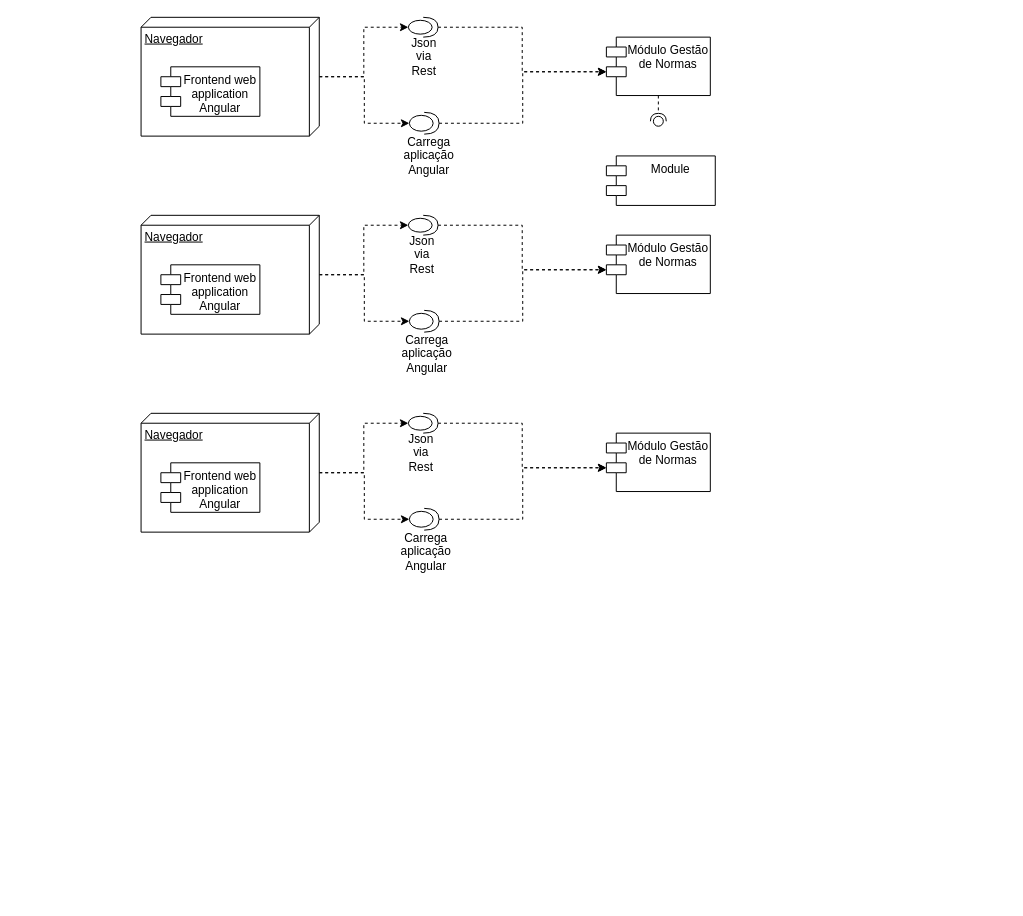
This is Diagrama de Componentes.drawio from thallysfreed/arquitetura, a draw.io file, before an edit. Source tidied: cells renumbered, new cells numbered last; positions are measured from the earlier drawing's top-left corner, leaving out a move shared by most shapes. Both pictures are drawn from the tidied source at 99%, with x=0, y=0 at pixel (141, 17).
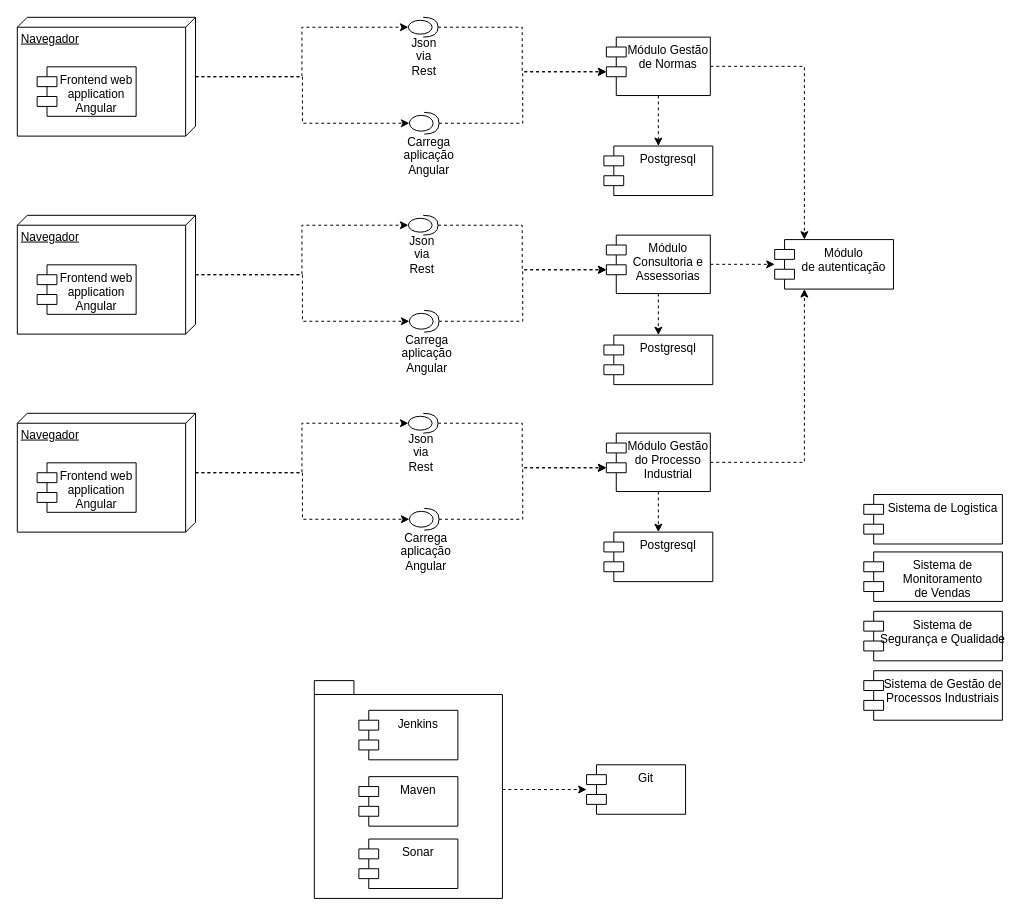
The same page after the edit.

The change refers to these unchanged cells:
```xml
<mxCell id="2" value="Módulo Gestão&#10;de Normas" style="shape=module;align=left;spacingLeft=20;align=center;verticalAlign=top;" parent="1" vertex="1">
  <mxGeometry x="470" y="20" width="105" height="59" as="geometry" />
</mxCell>
```

What changed in the source:
```diff
@@
+    <mxCell id="38" style="edgeStyle=orthogonalEdgeStyle;rounded=0;jettySize=auto;html=1;dashed=1;" parent="1" edge="1" source="2" target="37">
+      <mxGeometry relative="1" as="geometry" />
+    </mxCell>
+    <mxCell id="39" style="edgeStyle=orthogonalEdgeStyle;rounded=0;jettySize=auto;html=1;entryX=0.25;entryY=0;entryDx=0;entryDy=0;dashed=1;" parent="1" edge="1" source="2" target="46">
+      <mxGeometry relative="1" as="geometry" />
+    </mxCell>
@@
     <mxCell id="7" value="Navegador" style="verticalAlign=top;align=left;spacingTop=8;spacingLeft=2;spacingRight=12;shape=cube;size=10;direction=south;fontStyle=4;html=1;" parent="1" vertex="1">
-      <mxGeometry width="180" height="120" as="geometry" />
+      <mxGeometry x="-125" width="180" height="120" as="geometry" />
     </mxCell>
     <mxCell id="8" value="Frontend web&#10;application&#10;Angular" style="shape=module;align=left;spacingLeft=20;align=center;verticalAlign=top;" parent="1" vertex="1">
-      <mxGeometry x="20" y="50" width="100" height="50" as="geometry" />
+      <mxGeometry x="-105" y="50" width="100" height="50" as="geometry" />
     </mxCell>
@@
+    <mxCell id="40" style="edgeStyle=orthogonalEdgeStyle;rounded=0;jettySize=auto;html=1;dashed=1;" parent="1" edge="1" source="11" target="44">
+      <mxGeometry relative="1" as="geometry" />
+    </mxCell>
+    <mxCell id="41" style="edgeStyle=orthogonalEdgeStyle;rounded=0;jettySize=auto;html=1;dashed=1;" parent="1" edge="1" source="11" target="46">
+      <mxGeometry relative="1" as="geometry" />
+    </mxCell>
-    <mxCell id="11" value="Módulo Gestão&#10;de Normas" style="shape=module;align=left;spacingLeft=20;align=center;verticalAlign=top;" parent="1" vertex="1">
+    <mxCell id="11" value="Módulo&#10;Consultoria e&#10;Assessorias" style="shape=module;align=left;spacingLeft=20;align=center;verticalAlign=top;" parent="1" vertex="1">
       <mxGeometry x="470" y="220" width="105" height="59" as="geometry" />
     </mxCell>
@@
     <mxCell id="16" value="Navegador" style="verticalAlign=top;align=left;spacingTop=8;spacingLeft=2;spacingRight=12;shape=cube;size=10;direction=south;fontStyle=4;html=1;" parent="1" vertex="1">
-      <mxGeometry y="200" width="180" height="120" as="geometry" />
+      <mxGeometry x="-125" y="200" width="180" height="120" as="geometry" />
     </mxCell>
     <mxCell id="17" value="Frontend web&#10;application&#10;Angular" style="shape=module;align=left;spacingLeft=20;align=center;verticalAlign=top;" parent="1" vertex="1">
-      <mxGeometry x="20" y="250" width="100" height="50" as="geometry" />
+      <mxGeometry x="-105" y="250" width="100" height="50" as="geometry" />
     </mxCell>
@@
+    <mxCell id="42" style="edgeStyle=orthogonalEdgeStyle;rounded=0;jettySize=auto;html=1;dashed=1;" parent="1" edge="1" source="20" target="45">
+      <mxGeometry relative="1" as="geometry" />
+    </mxCell>
+    <mxCell id="43" style="edgeStyle=orthogonalEdgeStyle;rounded=0;jettySize=auto;html=1;entryX=0.25;entryY=1;entryDx=0;entryDy=0;dashed=1;" parent="1" edge="1" source="20" target="46">
+      <mxGeometry relative="1" as="geometry" />
+    </mxCell>
-    <mxCell id="20" value="Módulo Gestão&#10;de Normas" style="shape=module;align=left;spacingLeft=20;align=center;verticalAlign=top;" parent="1" vertex="1">
+    <mxCell id="20" value="Módulo Gestão&#10;do Processo&#10;Industrial" style="shape=module;align=left;spacingLeft=20;align=center;verticalAlign=top;" parent="1" vertex="1">
       <mxGeometry x="470" y="420" width="105" height="59" as="geometry" />
     </mxCell>
@@
     <mxCell id="25" value="Navegador" style="verticalAlign=top;align=left;spacingTop=8;spacingLeft=2;spacingRight=12;shape=cube;size=10;direction=south;fontStyle=4;html=1;" parent="1" vertex="1">
-      <mxGeometry y="400" width="180" height="120" as="geometry" />
+      <mxGeometry x="-125" y="400" width="180" height="120" as="geometry" />
     </mxCell>
     <mxCell id="26" value="Frontend web&#10;application&#10;Angular" style="shape=module;align=left;spacingLeft=20;align=center;verticalAlign=top;" parent="1" vertex="1">
-      <mxGeometry x="20" y="450" width="100" height="50" as="geometry" />
+      <mxGeometry x="-105" y="450" width="100" height="50" as="geometry" />
     </mxCell>
@@
-    <mxCell id="35" style="rounded=0;jettySize=auto;html=1;endArrow=halfCircle;endFill=0;entryX=0.5;entryY=0.5;entryDx=0;entryDy=0;endSize=6;strokeWidth=1;dashed=1;exitX=0.5;exitY=1;exitDx=0;exitDy=0;" parent="1" edge="1" source="2" target="36">
-      <mxGeometry relative="1" as="geometry" />
-    </mxCell>
-    <mxCell id="36" style="ellipse;whiteSpace=wrap;html=1;fontFamily=Helvetica;fontSize=12;fontColor=#000000;align=center;strokeColor=#000000;fillColor=#ffffff;points=[];" parent="1" vertex="1">
-      <mxGeometry x="517.5" y="100" width="10" height="10" as="geometry" />
-    </mxCell>
-    <mxCell id="37" value="Module" style="shape=module;align=left;spacingLeft=20;align=center;verticalAlign=top;" parent="1" vertex="1">
-      <mxGeometry x="470" y="140" width="110" height="50" as="geometry" />
+    <mxCell id="37" value="Postgresql" style="shape=module;align=left;spacingLeft=20;align=center;verticalAlign=top;" parent="1" vertex="1">
+      <mxGeometry x="467.5" y="130" width="110" height="50" as="geometry" />
     </mxCell>
+    <mxCell id="44" value="Postgresql" style="shape=module;align=left;spacingLeft=20;align=center;verticalAlign=top;" parent="1" vertex="1">
+      <mxGeometry x="467.5" y="321" width="110" height="50" as="geometry" />
+    </mxCell>
+    <mxCell id="45" value="Postgresql" style="shape=module;align=left;spacingLeft=20;align=center;verticalAlign=top;" parent="1" vertex="1">
+      <mxGeometry x="467.5" y="520" width="110" height="50" as="geometry" />
+    </mxCell>
+    <mxCell id="46" value="Módulo &#10;de autenticação" style="shape=module;align=left;spacingLeft=20;align=center;verticalAlign=top;" parent="1" vertex="1">
+      <mxGeometry x="640" y="224.5" width="120" height="50" as="geometry" />
+    </mxCell>
+    <mxCell id="47" value="Sistema de Logistica" style="shape=module;align=left;spacingLeft=20;align=center;verticalAlign=top;" parent="1" vertex="1">
+      <mxGeometry x="730" y="482" width="140" height="50" as="geometry" />
+    </mxCell>
+    <mxCell id="48" value="Sistema de &#10;Monitoramento &#10;de Vendas" style="shape=module;align=left;spacingLeft=20;align=center;verticalAlign=top;" parent="1" vertex="1">
+      <mxGeometry x="730" y="540" width="140" height="50" as="geometry" />
+    </mxCell>
+    <mxCell id="49" value="Sistema de &#10;Segurança e Qualidade" style="shape=module;align=left;spacingLeft=20;align=center;verticalAlign=top;" parent="1" vertex="1">
+      <mxGeometry x="730" y="600" width="140" height="50" as="geometry" />
+    </mxCell>
+    <mxCell id="50" value="Sistema de Gestão de&#10;Processos Industriais&#10;" style="shape=module;align=left;spacingLeft=20;align=center;verticalAlign=top;" parent="1" vertex="1">
+      <mxGeometry x="730" y="660" width="140" height="50" as="geometry" />
+    </mxCell>
+    <mxCell id="51" style="edgeStyle=orthogonalEdgeStyle;rounded=0;jettySize=auto;html=1;dashed=1;" parent="1" edge="1" source="52" target="56">
+      <mxGeometry relative="1" as="geometry" />
+    </mxCell>
+    <mxCell id="52" style="shape=folder;fontStyle=1;spacingTop=10;tabWidth=40;tabHeight=14;tabPosition=left;html=1;" parent="1" vertex="1">
+      <mxGeometry x="175" y="670" width="190" height="220" as="geometry" />
+    </mxCell>
+    <mxCell id="53" value="Jenkins&#10;" style="shape=module;align=left;spacingLeft=20;align=center;verticalAlign=top;" parent="1" vertex="1">
+      <mxGeometry x="220" y="700" width="100" height="50" as="geometry" />
+    </mxCell>
+    <mxCell id="54" value="Maven" style="shape=module;align=left;spacingLeft=20;align=center;verticalAlign=top;" parent="1" vertex="1">
+      <mxGeometry x="220" y="767" width="100" height="50" as="geometry" />
+    </mxCell>
+    <mxCell id="55" value="Sonar" style="shape=module;align=left;spacingLeft=20;align=center;verticalAlign=top;" parent="1" vertex="1">
+      <mxGeometry x="220" y="830" width="100" height="50" as="geometry" />
+    </mxCell>
+    <mxCell id="56" value="Git" style="shape=module;align=left;spacingLeft=20;align=center;verticalAlign=top;" parent="1" vertex="1">
+      <mxGeometry x="450" y="755" width="100" height="50" as="geometry" />
+    </mxCell>
```
